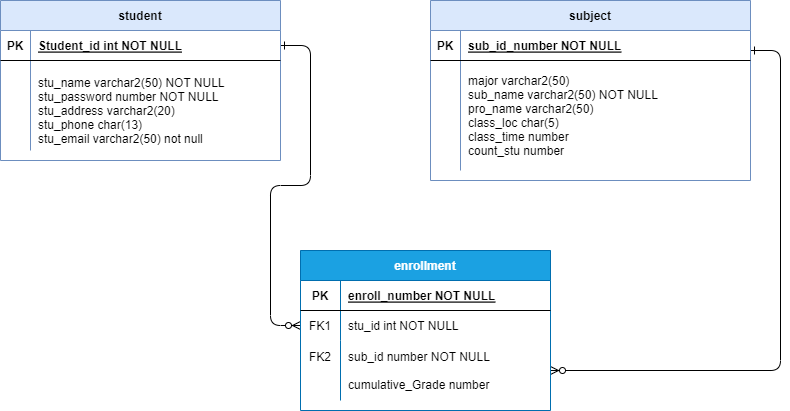
The draw.io diagram shinhan_project1.drawio.png in seoyoung98/Enrollment, before a commit. Source tidied: cells renumbered, new cells last; positions are measured from the earlier drawing's top-left corner, leaving out a move shared by most shapes.
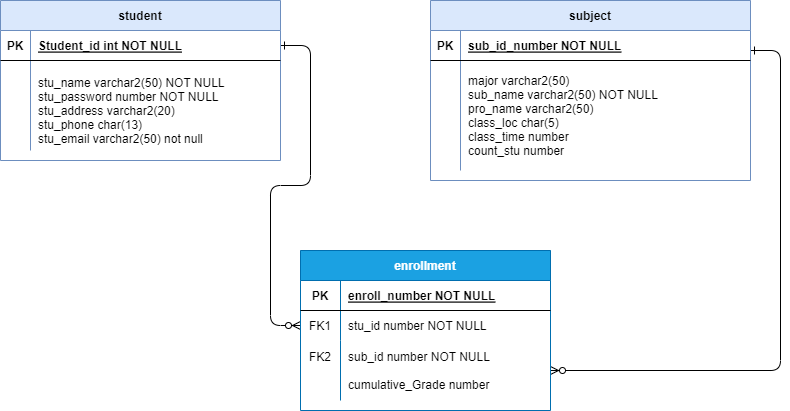
Above is the later version.

What changed in the source:
```diff
@@ -37,7 +37,7 @@
     <mxCell id="9" value="FK1" style="shape=partialRectangle;overflow=hidden;fillColor=none;top=0;left=0;bottom=0;right=0;" parent="8" vertex="1">
       <mxGeometry width="40" height="30" as="geometry" />
     </mxCell>
-    <mxCell id="10" value="stu_id int NOT NULL" style="shape=partialRectangle;overflow=hidden;fillColor=none;top=0;left=0;bottom=0;right=0;align=left;spacingLeft=6;" parent="8" vertex="1">
+    <mxCell id="10" value="stu_id number NOT NULL" style="shape=partialRectangle;overflow=hidden;fillColor=none;top=0;left=0;bottom=0;right=0;align=left;spacingLeft=6;" parent="8" vertex="1">
       <mxGeometry x="40" width="210" height="30" as="geometry" />
     </mxCell>
     <mxCell id="11" style="shape=partialRectangle;fillColor=none;points=[[0,0.5],[1,0.5]];portConstraint=eastwest;top=0;left=0;right=0;bottom=0;" parent="4" vertex="1">
```
